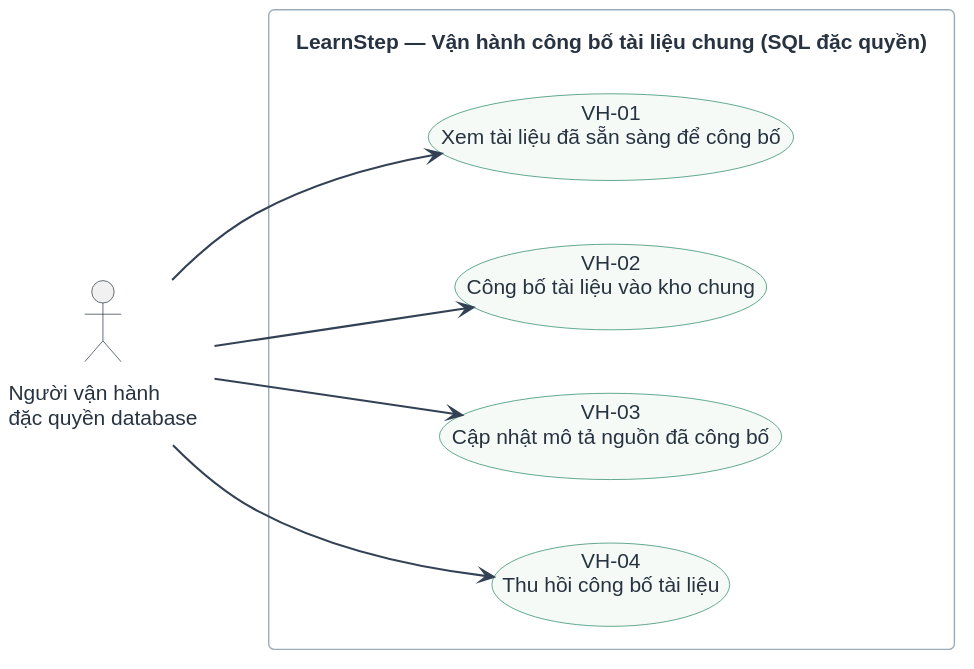
Above: docs/diagrams/02j-publication-use-cases.svg in letoan9319/ChatBot (PlantUML), before the change.
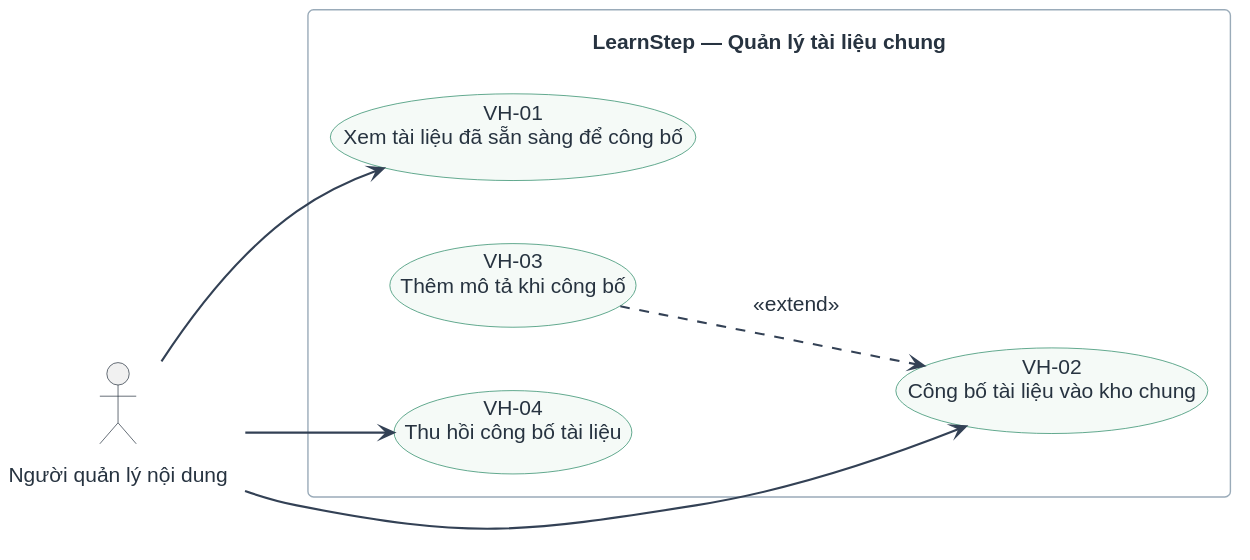
The same diagram one commit later.

The edit, as a diff of the source:
```diff
@@ -4,15 +4,15 @@
 skinparam ArrowColor #334155
 skinparam ArrowThickness 1.5
 skinparam actorBorderColor #273340
-actor "Người vận hành\nđặc quyền database" as O
-rectangle "LearnStep — Vận hành công bố tài liệu chung (SQL đặc quyền)" {
+actor "Người quản lý nội dung" as O
+rectangle "LearnStep — Quản lý tài liệu chung" {
  usecase "VH-01\nXem tài liệu đã sẵn sàng để công bố" as list
  usecase "VH-02\nCông bố tài liệu vào kho chung" as publish
- usecase "VH-03\nCập nhật mô tả nguồn đã công bố" as desc
+ usecase "VH-03\nThêm mô tả khi công bố" as desc
  usecase "VH-04\nThu hồi công bố tài liệu" as revoke
 }
 O --> list
 O --> publish
-O --> desc
 O --> revoke
+desc ..> publish : <<extend>>
 @enduml
```
